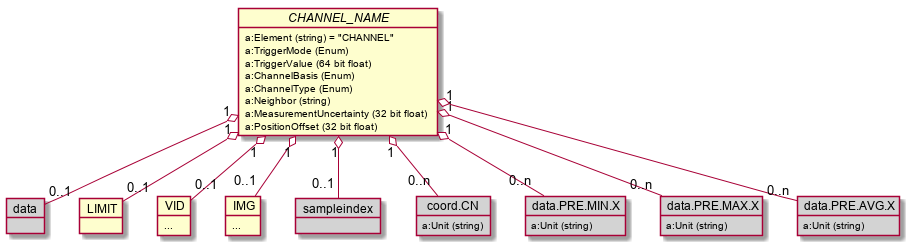
This is images/generated/rcmdx_channel_group.png from OpenRailAssociation/rcm-dx, a PlantUML export, as it was before one commit. The source it was exported from:
```plantuml
@startuml rcmdx_channel_group
  object "//CHANNEL_NAME//" as CHANNEL {
    a:Element (string) = "CHANNEL"
    a:TriggerMode (Enum)
    a:TriggerValue (64 bit float)
    a:ChannelBasis (Enum)
    a:ChannelType (Enum)
    a:Neighbor (string)
    a:MeasurementUncertainty (32 bit float)
    a:PositionOffset (32 bit float)
  }

  object "data" as channel_data #LightGray
  CHANNEL "1" o-- "0..1" channel_data

  object LIMIT
  CHANNEL "1" o-- "0..1" LIMIT

  object VID {
    ...
  }
  CHANNEL "1" o-- "0..1" VID

  object IMG {
    ...
  }
  CHANNEL "1" o-- "0..1" IMG

  object sampleindex #LightGray
  CHANNEL "1" o-- "0..1" sampleindex

  object coord.CN #LightGray {
    a:Unit (string)
  }
  CHANNEL "1" o-- "0..n" coord.CN

  object data.PRE.MIN.X #LightGray {
    a:Unit (string)
  }
  CHANNEL "1" o-- "0..n" data.PRE.MIN.X

  object data.PRE.MAX.X #LightGray {
    a:Unit (string)
  }
  CHANNEL "1" o-- "0..n" data.PRE.MAX.X

  object data.PRE.AVG.X #LightGray {
    a:Unit (string)
  }
  CHANNEL "1" o-- "0..n" data.PRE.AVG.X

@enduml
```
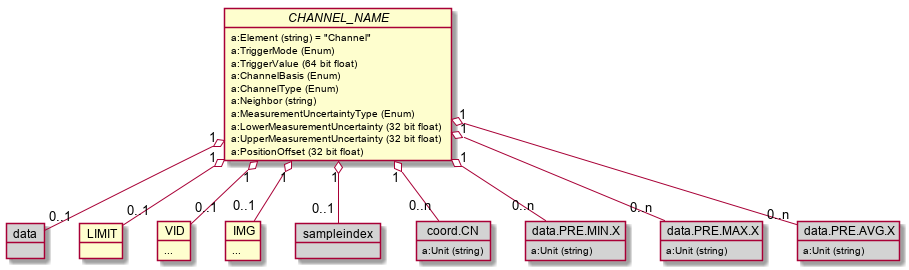
After the change.

Diff of the diagram source:
```diff
@@ -1,12 +1,14 @@
 @startuml rcmdx_channel_group
   object "//CHANNEL_NAME//" as CHANNEL {
-    a:Element (string) = "CHANNEL"
+    a:Element (string) = "Channel"
     a:TriggerMode (Enum)
     a:TriggerValue (64 bit float)
     a:ChannelBasis (Enum)
     a:ChannelType (Enum)
     a:Neighbor (string)
-    a:MeasurementUncertainty (32 bit float)
+    a:MeasurementUncertaintyType (Enum)
+    a:LowerMeasurementUncertainty (32 bit float)
+    a:UpperMeasurementUncertainty (32 bit float)
     a:PositionOffset (32 bit float)
   }
 
```
